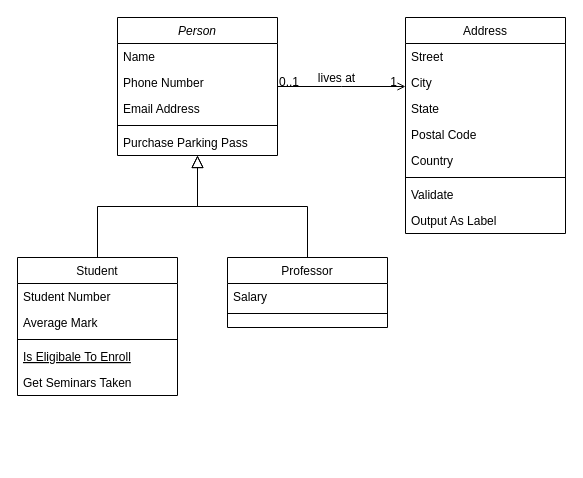
The draw.io diagram Untitled Diagram.drawio in marcucci-dev/workbook, before the edit. Source tidied: cells renumbered, new cells numbered last; positions are measured from the earlier drawing's top-left corner, leaving out a move shared by most shapes. Both pictures are drawn from the tidied source at 100%, with x=0, y=0 at pixel (17, 17).
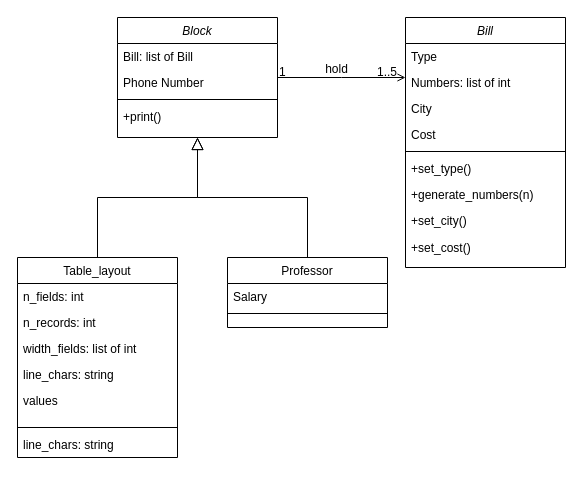
After the change.

The change refers to these unchanged cells:
```xml
<mxCell id="28" style="endArrow=open;shadow=0;strokeWidth=1;rounded=0;endFill=1;edgeStyle=elbowEdgeStyle;elbow=vertical;" parent="1" edge="1" source="2" target="19">
  <mxGeometry x="0.5" y="41" relative="1" as="geometry">
    <mxPoint x="-40" y="32" as="offset" />
  </mxGeometry>
</mxCell>
```

The edit, as a diff of the source:
```diff
@@
-    <mxCell id="2" value="Person" style="swimlane;fontStyle=2;align=center;verticalAlign=top;horizontal=1;startSize=26;rounded=0;shadow=0;strokeWidth=1;" parent="1" vertex="1">
-      <mxGeometry x="100" width="160" height="138" as="geometry" />
+    <mxCell id="2" value="Block" style="swimlane;fontStyle=2;align=center;verticalAlign=top;horizontal=1;startSize=26;rounded=0;shadow=0;strokeWidth=1;" parent="1" vertex="1">
+      <mxGeometry x="100" width="160" height="120" as="geometry" />
     </mxCell>
-    <mxCell id="3" value="Name" style="text;align=left;verticalAlign=top;spacingLeft=4;spacingRight=4;overflow=hidden;" parent="2" vertex="1">
+    <mxCell id="3" value="Bill: list of Bill" style="text;align=left;verticalAlign=top;spacingLeft=4;spacingRight=4;overflow=hidden;" parent="2" vertex="1">
       <mxGeometry y="26" width="160" height="26" as="geometry" />
     </mxCell>
@@
-    <mxCell id="5" value="Email Address" style="text;align=left;verticalAlign=top;spacingLeft=4;spacingRight=4;overflow=hidden;rounded=0;shadow=0;html=0;" parent="2" vertex="1">
-      <mxGeometry y="78" width="160" height="26" as="geometry" />
-    </mxCell>
     <mxCell id="6" style="line;html=1;strokeWidth=1;align=left;verticalAlign=middle;spacingTop=-1;spacingLeft=3;spacingRight=3;labelPosition=right;" parent="2" vertex="1">
-      <mxGeometry y="104" width="160" height="8" as="geometry" />
+      <mxGeometry y="78" width="160" height="8" as="geometry" />
     </mxCell>
-    <mxCell id="7" value="Purchase Parking Pass" style="text;align=left;verticalAlign=top;spacingLeft=4;spacingRight=4;overflow=hidden;" parent="2" vertex="1">
-      <mxGeometry y="112" width="160" height="26" as="geometry" />
+    <mxCell id="7" value="+print()" style="text;align=left;verticalAlign=top;spacingLeft=4;spacingRight=4;overflow=hidden;" parent="2" vertex="1">
+      <mxGeometry y="86" width="160" height="26" as="geometry" />
     </mxCell>
-    <mxCell id="8" value="Student" style="swimlane;fontStyle=0;align=center;verticalAlign=top;horizontal=1;startSize=26;rounded=0;shadow=0;strokeWidth=1;" parent="1" vertex="1">
-      <mxGeometry y="240" width="160" height="138" as="geometry" />
+    <mxCell id="8" value="Table_layout" style="swimlane;fontStyle=0;align=center;verticalAlign=top;horizontal=1;startSize=26;rounded=0;shadow=0;strokeWidth=1;" parent="1" vertex="1">
+      <mxGeometry y="240" width="160" height="200" as="geometry" />
     </mxCell>
-    <mxCell id="9" value="Student Number" style="text;align=left;verticalAlign=top;spacingLeft=4;spacingRight=4;overflow=hidden;" parent="8" vertex="1">
+    <mxCell id="9" value="n_fields: int" style="text;align=left;verticalAlign=top;spacingLeft=4;spacingRight=4;overflow=hidden;" parent="8" vertex="1">
       <mxGeometry y="26" width="160" height="26" as="geometry" />
     </mxCell>
-    <mxCell id="10" value="Average Mark" style="text;align=left;verticalAlign=top;spacingLeft=4;spacingRight=4;overflow=hidden;rounded=0;shadow=0;html=0;" parent="8" vertex="1">
+    <mxCell id="10" value="n_records: int" style="text;align=left;verticalAlign=top;spacingLeft=4;spacingRight=4;overflow=hidden;rounded=0;shadow=0;html=0;" parent="8" vertex="1">
       <mxGeometry y="52" width="160" height="26" as="geometry" />
     </mxCell>
-    <mxCell id="11" style="line;html=1;strokeWidth=1;align=left;verticalAlign=middle;spacingTop=-1;spacingLeft=3;spacingRight=3;labelPosition=right;" parent="8" vertex="1">
-      <mxGeometry y="78" width="160" height="8" as="geometry" />
-    </mxCell>
-    <mxCell id="12" value="Is Eligibale To Enroll" style="text;align=left;verticalAlign=top;spacingLeft=4;spacingRight=4;overflow=hidden;fontStyle=4;" parent="8" vertex="1">
-      <mxGeometry y="86" width="160" height="26" as="geometry" />
+    <mxCell id="12" value="width_fields: list of int" style="text;align=left;verticalAlign=top;spacingLeft=4;spacingRight=4;overflow=hidden;fontStyle=0;" parent="8" vertex="1">
+      <mxGeometry y="78" width="160" height="26" as="geometry" />
     </mxCell>
-    <mxCell id="13" value="Get Seminars Taken" style="text;align=left;verticalAlign=top;spacingLeft=4;spacingRight=4;overflow=hidden;" parent="8" vertex="1">
-      <mxGeometry y="112" width="160" height="26" as="geometry" />
+    <mxCell id="13" value="line_chars: string" style="text;align=left;verticalAlign=top;spacingLeft=4;spacingRight=4;overflow=hidden;" parent="8" vertex="1">
+      <mxGeometry y="104" width="160" height="26" as="geometry" />
     </mxCell>
@@
-    <mxCell id="19" value="Address" style="swimlane;fontStyle=0;align=center;verticalAlign=top;horizontal=1;startSize=26;rounded=0;shadow=0;strokeWidth=1;" parent="1" vertex="1">
-      <mxGeometry x="388" width="160" height="216" as="geometry" />
+    <mxCell id="19" value="Bill" style="swimlane;fontStyle=2;align=center;verticalAlign=top;horizontal=1;startSize=26;rounded=0;shadow=0;strokeWidth=1;" parent="1" vertex="1">
+      <mxGeometry x="388" width="160" height="250" as="geometry" />
     </mxCell>
-    <mxCell id="20" value="Street" style="text;align=left;verticalAlign=top;spacingLeft=4;spacingRight=4;overflow=hidden;" parent="19" vertex="1">
+    <mxCell id="20" value="Type" style="text;align=left;verticalAlign=top;spacingLeft=4;spacingRight=4;overflow=hidden;" parent="19" vertex="1">
       <mxGeometry y="26" width="160" height="26" as="geometry" />
     </mxCell>
+    <mxCell id="32" value="Numbers: list of int" style="text;align=left;verticalAlign=top;spacingLeft=4;spacingRight=4;overflow=hidden;rounded=0;shadow=0;html=0;" parent="19" vertex="1">
+      <mxGeometry y="52" width="160" height="26" as="geometry" />
+    </mxCell>
     <mxCell id="21" value="City" style="text;align=left;verticalAlign=top;spacingLeft=4;spacingRight=4;overflow=hidden;rounded=0;shadow=0;html=0;" parent="19" vertex="1">
-      <mxGeometry y="52" width="160" height="26" as="geometry" />
+      <mxGeometry y="78" width="160" height="26" as="geometry" />
     </mxCell>
-    <mxCell id="22" value="State" style="text;align=left;verticalAlign=top;spacingLeft=4;spacingRight=4;overflow=hidden;rounded=0;shadow=0;html=0;" parent="19" vertex="1">
-      <mxGeometry y="78" width="160" height="26" as="geometry" />
-    </mxCell>
-    <mxCell id="23" value="Postal Code" style="text;align=left;verticalAlign=top;spacingLeft=4;spacingRight=4;overflow=hidden;rounded=0;shadow=0;html=0;" parent="19" vertex="1">
+    <mxCell id="23" value="Cost" style="text;align=left;verticalAlign=top;spacingLeft=4;spacingRight=4;overflow=hidden;rounded=0;shadow=0;html=0;" parent="19" vertex="1">
       <mxGeometry y="104" width="160" height="26" as="geometry" />
     </mxCell>
+    <mxCell id="25" style="line;html=1;strokeWidth=1;align=left;verticalAlign=middle;spacingTop=-1;spacingLeft=3;spacingRight=3;labelPosition=right;" parent="19" vertex="1">
+      <mxGeometry y="130" width="160" height="8" as="geometry" />
+    </mxCell>
-    <mxCell id="24" value="Country" style="text;align=left;verticalAlign=top;spacingLeft=4;spacingRight=4;overflow=hidden;rounded=0;shadow=0;html=0;" parent="19" vertex="1">
-      <mxGeometry y="130" width="160" height="26" as="geometry" />
+    <mxCell id="24" value="+set_type()" style="text;align=left;verticalAlign=top;spacingLeft=4;spacingRight=4;overflow=hidden;rounded=0;shadow=0;html=0;" parent="19" vertex="1">
+      <mxGeometry y="138" width="160" height="26" as="geometry" />
     </mxCell>
-    <mxCell id="25" style="line;html=1;strokeWidth=1;align=left;verticalAlign=middle;spacingTop=-1;spacingLeft=3;spacingRight=3;labelPosition=right;" parent="19" vertex="1">
-      <mxGeometry y="156" width="160" height="8" as="geometry" />
-    </mxCell>
-    <mxCell id="26" value="Validate" style="text;align=left;verticalAlign=top;spacingLeft=4;spacingRight=4;overflow=hidden;" parent="19" vertex="1">
+    <mxCell id="26" value="+generate_numbers(n)" style="text;align=left;verticalAlign=top;spacingLeft=4;spacingRight=4;overflow=hidden;" parent="19" vertex="1">
       <mxGeometry y="164" width="160" height="26" as="geometry" />
     </mxCell>
-    <mxCell id="27" value="Output As Label" style="text;align=left;verticalAlign=top;spacingLeft=4;spacingRight=4;overflow=hidden;" parent="19" vertex="1">
+    <mxCell id="27" value="+set_city()" style="text;align=left;verticalAlign=top;spacingLeft=4;spacingRight=4;overflow=hidden;" parent="19" vertex="1">
       <mxGeometry y="190" width="160" height="26" as="geometry" />
     </mxCell>
@@
-    <mxCell id="29" value="0..1" style="align=left;verticalAlign=bottom;labelBackgroundColor=none;fontSize=12;" parent="28" vertex="1">
+    <mxCell id="29" value="1" style="align=left;verticalAlign=bottom;labelBackgroundColor=none;fontSize=12;" parent="28" vertex="1">
       <mxGeometry x="-1" relative="1" as="geometry">
-        <mxPoint y="4" as="offset" />
+        <mxPoint y="3" as="offset" />
       </mxGeometry>
     </mxCell>
-    <mxCell id="30" value="1" style="align=right;verticalAlign=bottom;labelBackgroundColor=none;fontSize=12;" parent="28" vertex="1">
+    <mxCell id="30" value="1..5" style="align=right;verticalAlign=bottom;labelBackgroundColor=none;fontSize=12;" parent="28" vertex="1">
       <mxGeometry x="1" relative="1" as="geometry">
-        <mxPoint x="-7" y="4" as="offset" />
+        <mxPoint x="-7" y="3" as="offset" />
       </mxGeometry>
     </mxCell>
-    <mxCell id="31" value="lives at" style="text;html=1;align=center;verticalAlign=middle;labelBackgroundColor=none;rounded=0;shadow=0;strokeWidth=1;fontSize=12;" parent="28" vertex="1">
+    <mxCell id="31" value="hold" style="text;html=1;align=center;verticalAlign=middle;labelBackgroundColor=none;rounded=0;shadow=0;strokeWidth=1;fontSize=12;" parent="28" vertex="1">
       <mxGeometry x="0.5" y="49" relative="1" as="geometry">
         <mxPoint x="-38" y="40" as="offset" />
       </mxGeometry>
     </mxCell>
+    <mxCell id="33" value="+set_cost()" style="text;align=left;verticalAlign=top;spacingLeft=4;spacingRight=4;overflow=hidden;" parent="1" vertex="1">
+      <mxGeometry x="388" y="217" width="160" height="27" as="geometry" />
+    </mxCell>
+    <mxCell id="34" value="line_chars: string" style="text;align=left;verticalAlign=top;spacingLeft=4;spacingRight=4;overflow=hidden;" parent="1" vertex="1">
+      <mxGeometry y="414" width="160" height="26" as="geometry" />
+    </mxCell>
+    <mxCell id="11" style="line;html=1;strokeWidth=1;align=left;verticalAlign=middle;spacingTop=-1;spacingLeft=3;spacingRight=3;labelPosition=right;" parent="1" vertex="1">
+      <mxGeometry y="406" width="160" height="8" as="geometry" />
+    </mxCell>
+    <mxCell id="35" value="values" style="text;align=left;verticalAlign=top;spacingLeft=4;spacingRight=4;overflow=hidden;" parent="1" vertex="1">
+      <mxGeometry y="370" width="160" height="26" as="geometry" />
+    </mxCell>
```
